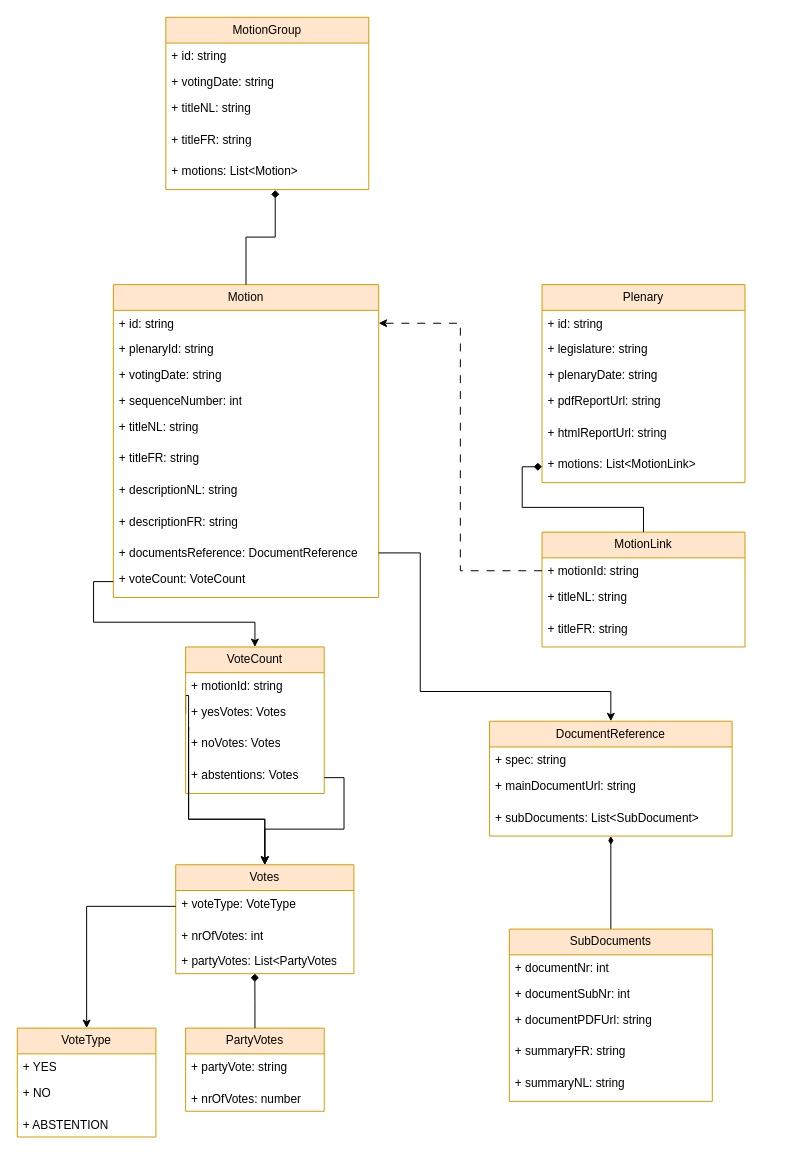
The draw.io diagram doc/drawings/domain-model.drawio in transparentdemocracy/backend, before the edit. Source tidied: cells renumbered, new cells numbered last; positions are measured from the earlier drawing's top-left corner, leaving out a move shared by most shapes. Both pictures are drawn from the tidied source at 99%, with x=0, y=0 at pixel (17, 17).
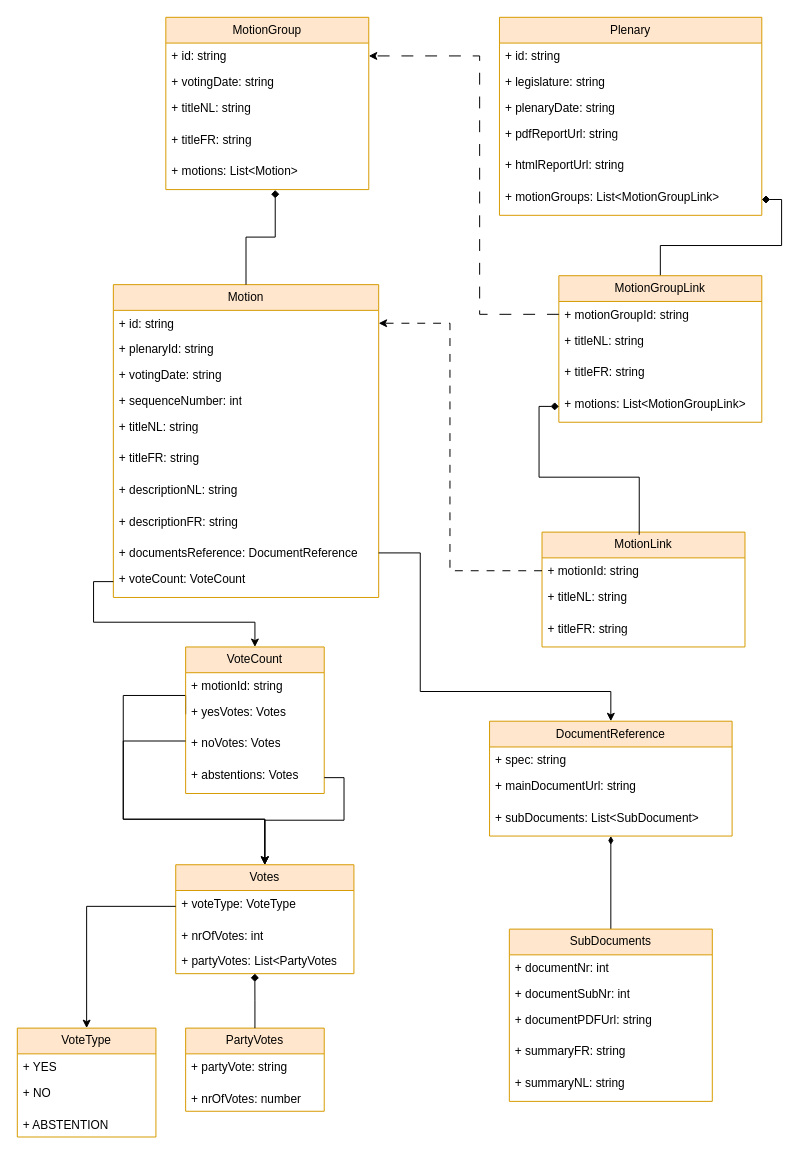
After the change.

Unchanged cells that the change refers to:
```xml
<mxCell id="3" value="+ id: string" style="text;strokeColor=none;fillColor=none;align=left;verticalAlign=top;spacingLeft=4;spacingRight=4;overflow=hidden;points=[[0,0.5],[1,0.5]];portConstraint=eastwest;whiteSpace=wrap;html=1;" parent="2" vertex="1">
  <mxGeometry y="26" width="268" height="26" as="geometry" />
</mxCell>
<mxCell id="20" value="Votes" style="swimlane;fontStyle=0;horizontal=1;startSize=26;fillColor=#ffe6cc;whiteSpace=wrap;html=1;strokeColor=#d79b00;" parent="1" vertex="1">
  <mxGeometry x="160" y="856" width="180" height="110" as="geometry" />
</mxCell>
<mxCell id="30" value="+ yesVotes: Votes" style="text;strokeColor=none;fillColor=none;align=left;verticalAlign=top;spacingLeft=4;spacingRight=4;overflow=hidden;points=[[0,0.5],[1,0.5]];portConstraint=eastwest;whiteSpace=wrap;html=1;" parent="28" vertex="1">
  <mxGeometry y="52" width="140" height="32" as="geometry" />
</mxCell>
<mxCell id="31" value="+ noVotes: Votes" style="text;strokeColor=none;fillColor=none;align=left;verticalAlign=top;spacingLeft=4;spacingRight=4;overflow=hidden;points=[[0,0.5],[1,0.5]];portConstraint=eastwest;whiteSpace=wrap;html=1;" parent="28" vertex="1">
  <mxGeometry y="84" width="140" height="32" as="geometry" />
</mxCell>
<mxCell id="32" value="+ abstentions: Votes" style="text;strokeColor=none;fillColor=none;align=left;verticalAlign=top;spacingLeft=4;spacingRight=4;overflow=hidden;points=[[0,0.5],[1,0.5]];portConstraint=eastwest;whiteSpace=wrap;html=1;" parent="28" vertex="1">
  <mxGeometry y="116" width="140" height="32" as="geometry" />
</mxCell>
<mxCell id="42" value="MotionLink" style="swimlane;fontStyle=0;horizontal=1;startSize=26;fillColor=#ffe6cc;whiteSpace=wrap;html=1;strokeColor=#d79b00;" parent="1" vertex="1">
  <mxGeometry x="530" y="520" width="205" height="116" as="geometry" />
</mxCell>
<mxCell id="43" value="+ motionId: string" style="text;strokeColor=none;fillColor=none;align=left;verticalAlign=top;spacingLeft=4;spacingRight=4;overflow=hidden;points=[[0,0.5],[1,0.5]];portConstraint=eastwest;whiteSpace=wrap;html=1;" parent="42" vertex="1">
  <mxGeometry y="26" width="205" height="26" as="geometry" />
</mxCell>
<mxCell id="49" value="+ id: string" style="text;strokeColor=none;fillColor=none;align=left;verticalAlign=top;spacingLeft=4;spacingRight=4;overflow=hidden;points=[[0,0.5],[1,0.5]];portConstraint=eastwest;whiteSpace=wrap;html=1;" parent="48" vertex="1">
  <mxGeometry y="26" width="205" height="26" as="geometry" />
</mxCell>
```

The edit, as a diff of the source:
```diff
@@
     <mxCell id="26" style="edgeStyle=orthogonalEdgeStyle;rounded=0;jettySize=auto;html=1;exitX=0;exitY=0.5;exitDx=0;exitDy=0;entryX=0.5;entryY=0;entryDx=0;entryDy=0;" parent="1" edge="1" source="30" target="20">
       <mxGeometry relative="1" as="geometry">
         <Array as="points">
-          <mxPoint x="173" y="685" />
-          <mxPoint x="173" y="810" />
+          <mxPoint x="170" y="685" />
+          <mxPoint x="107" y="685" />
+          <mxPoint x="107" y="810" />
           <mxPoint x="250" y="810" />
         </Array>
       </mxGeometry>
     </mxCell>
@@
     <mxCell id="33" style="edgeStyle=orthogonalEdgeStyle;rounded=0;jettySize=auto;html=1;entryX=0.5;entryY=0;entryDx=0;entryDy=0;" parent="1" edge="1" source="31" target="20">
       <mxGeometry relative="1" as="geometry">
         <Array as="points">
-          <mxPoint x="173" y="717" />
-          <mxPoint x="173" y="810" />
+          <mxPoint x="107" y="731" />
+          <mxPoint x="107" y="810" />
           <mxPoint x="250" y="810" />
         </Array>
       </mxGeometry>
     </mxCell>
     <mxCell id="34" style="edgeStyle=orthogonalEdgeStyle;rounded=0;jettySize=auto;html=1;entryX=0.5;entryY=0;entryDx=0;entryDy=0;" parent="1" edge="1" source="32" target="20">
-      <mxGeometry relative="1" as="geometry" />
+      <mxGeometry relative="1" as="geometry">
+        <Array as="points">
+          <mxPoint x="330" y="768" />
+          <mxPoint x="330" y="811" />
+          <mxPoint x="250" y="811" />
+        </Array>
+      </mxGeometry>
     </mxCell>
     <mxCell id="35" value="Plenary" style="swimlane;fontStyle=0;horizontal=1;startSize=26;fillColor=#ffe6cc;whiteSpace=wrap;html=1;strokeColor=#d79b00;" parent="1" vertex="1">
-      <mxGeometry x="530" y="270" width="205" height="200" as="geometry" />
+      <mxGeometry x="487" width="265" height="200" as="geometry" />
     </mxCell>
     <mxCell id="36" value="+ id: string" style="text;strokeColor=none;fillColor=none;align=left;verticalAlign=top;spacingLeft=4;spacingRight=4;overflow=hidden;whiteSpace=wrap;html=1;" parent="35" vertex="1">
-      <mxGeometry y="26" width="205" height="26" as="geometry" />
+      <mxGeometry y="26" width="265" height="26" as="geometry" />
     </mxCell>
     <mxCell id="37" value="+ legislature: string" style="text;strokeColor=none;fillColor=none;align=left;verticalAlign=top;spacingLeft=4;spacingRight=4;overflow=hidden;whiteSpace=wrap;html=1;" parent="35" vertex="1">
-      <mxGeometry y="52" width="205" height="26" as="geometry" />
+      <mxGeometry y="52" width="265" height="26" as="geometry" />
     </mxCell>
     <mxCell id="38" value="+ plenaryDate: string" style="text;strokeColor=none;fillColor=none;align=left;verticalAlign=top;spacingLeft=4;spacingRight=4;overflow=hidden;whiteSpace=wrap;html=1;" parent="35" vertex="1">
-      <mxGeometry y="78" width="205" height="26" as="geometry" />
+      <mxGeometry y="78" width="265" height="26" as="geometry" />
     </mxCell>
     <mxCell id="39" value="+ pdfReportUrl: string" style="text;strokeColor=none;fillColor=none;align=left;verticalAlign=top;spacingLeft=4;spacingRight=4;overflow=hidden;whiteSpace=wrap;html=1;" parent="35" vertex="1">
-      <mxGeometry y="104" width="205" height="32" as="geometry" />
+      <mxGeometry y="104" width="265" height="32" as="geometry" />
     </mxCell>
     <mxCell id="40" value="+ htmlReportUrl: string" style="text;strokeColor=none;fillColor=none;align=left;verticalAlign=top;spacingLeft=4;spacingRight=4;overflow=hidden;whiteSpace=wrap;html=1;" parent="35" vertex="1">
-      <mxGeometry y="136" width="205" height="32" as="geometry" />
+      <mxGeometry y="136" width="265" height="32" as="geometry" />
     </mxCell>
-    <mxCell id="41" value="+ motions: List&amp;lt;MotionLink&amp;gt;" style="text;strokeColor=none;fillColor=none;align=left;verticalAlign=top;spacingLeft=4;spacingRight=4;overflow=hidden;points=[[0,0.5],[1,0.5]];portConstraint=eastwest;whiteSpace=wrap;html=1;" parent="35" vertex="1">
-      <mxGeometry y="168" width="205" height="32" as="geometry" />
+    <mxCell id="41" value="+ motionGroups: List&amp;lt;MotionGroupLink&amp;gt;" style="text;strokeColor=none;fillColor=none;align=left;verticalAlign=top;spacingLeft=4;spacingRight=4;overflow=hidden;points=[[0,0.5],[1,0.5]];portConstraint=eastwest;whiteSpace=wrap;html=1;" parent="35" vertex="1">
+      <mxGeometry y="168" width="265" height="32" as="geometry" />
     </mxCell>
@@
-    <mxCell id="46" style="edgeStyle=orthogonalEdgeStyle;rounded=0;jettySize=auto;html=1;startArrow=diamond;startFill=1;endArrow=none;endFill=0;" parent="1" edge="1" source="41" target="42">
+    <mxCell id="46" style="edgeStyle=orthogonalEdgeStyle;rounded=0;jettySize=auto;html=1;startArrow=diamond;startFill=1;endArrow=none;endFill=0;entryX=0.5;entryY=0;entryDx=0;entryDy=0;" parent="1" edge="1" source="41" target="67">
       <mxGeometry relative="1" as="geometry" />
     </mxCell>
     <mxCell id="47" style="edgeStyle=orthogonalEdgeStyle;rounded=0;jettySize=auto;html=1;entryX=1;entryY=0.5;entryDx=0;entryDy=0;dashed=1;dashPattern=8 8;" parent="1" edge="1" source="43" target="3">
-      <mxGeometry relative="1" as="geometry" />
+      <mxGeometry relative="1" as="geometry">
+        <Array as="points">
+          <mxPoint x="437" y="559" />
+          <mxPoint x="437" y="309" />
+        </Array>
+      </mxGeometry>
     </mxCell>
@@
+    <mxCell id="67" value="MotionGroupLink" style="swimlane;fontStyle=0;horizontal=1;startSize=26;fillColor=#ffe6cc;whiteSpace=wrap;html=1;strokeColor=#d79b00;" parent="1" vertex="1">
+      <mxGeometry x="547" y="261" width="205" height="148" as="geometry" />
+    </mxCell>
+    <mxCell id="68" value="+ motionGroupId: string" style="text;strokeColor=none;fillColor=none;align=left;verticalAlign=top;spacingLeft=4;spacingRight=4;overflow=hidden;points=[[0,0.5],[1,0.5]];portConstraint=eastwest;whiteSpace=wrap;html=1;" parent="67" vertex="1">
+      <mxGeometry y="26" width="205" height="26" as="geometry" />
+    </mxCell>
+    <mxCell id="69" value="+ titleNL: string" style="text;strokeColor=none;fillColor=none;align=left;verticalAlign=top;spacingLeft=4;spacingRight=4;overflow=hidden;whiteSpace=wrap;html=1;" parent="67" vertex="1">
+      <mxGeometry y="52" width="205" height="32" as="geometry" />
+    </mxCell>
+    <mxCell id="70" value="+ titleFR: string" style="text;strokeColor=none;fillColor=none;align=left;verticalAlign=top;spacingLeft=4;spacingRight=4;overflow=hidden;whiteSpace=wrap;html=1;" parent="67" vertex="1">
+      <mxGeometry y="84" width="205" height="32" as="geometry" />
+    </mxCell>
+    <mxCell id="71" value="+ motions: List&amp;lt;MotionGroupLink&amp;gt;" style="text;strokeColor=none;fillColor=none;align=left;verticalAlign=top;spacingLeft=4;spacingRight=4;overflow=hidden;points=[[0,0.5],[1,0.5]];portConstraint=eastwest;whiteSpace=wrap;html=1;" parent="67" vertex="1">
+      <mxGeometry y="116" width="205" height="32" as="geometry" />
+    </mxCell>
+    <mxCell id="72" style="edgeStyle=orthogonalEdgeStyle;rounded=0;jettySize=auto;html=1;entryX=0.479;entryY=0.023;entryDx=0;entryDy=0;entryPerimeter=0;endArrow=none;endFill=0;startArrow=diamond;startFill=1;" parent="1" edge="1" source="71" target="42">
+      <mxGeometry relative="1" as="geometry" />
+    </mxCell>
+    <mxCell id="73" style="edgeStyle=orthogonalEdgeStyle;rounded=0;jettySize=auto;html=1;entryX=1;entryY=0.5;entryDx=0;entryDy=0;dashed=1;dashPattern=12 12;" parent="1" edge="1" source="68" target="49">
+      <mxGeometry relative="1" as="geometry">
+        <Array as="points">
+          <mxPoint x="467" y="300" />
+          <mxPoint x="467" y="39" />
+        </Array>
+      </mxGeometry>
+    </mxCell>
```
